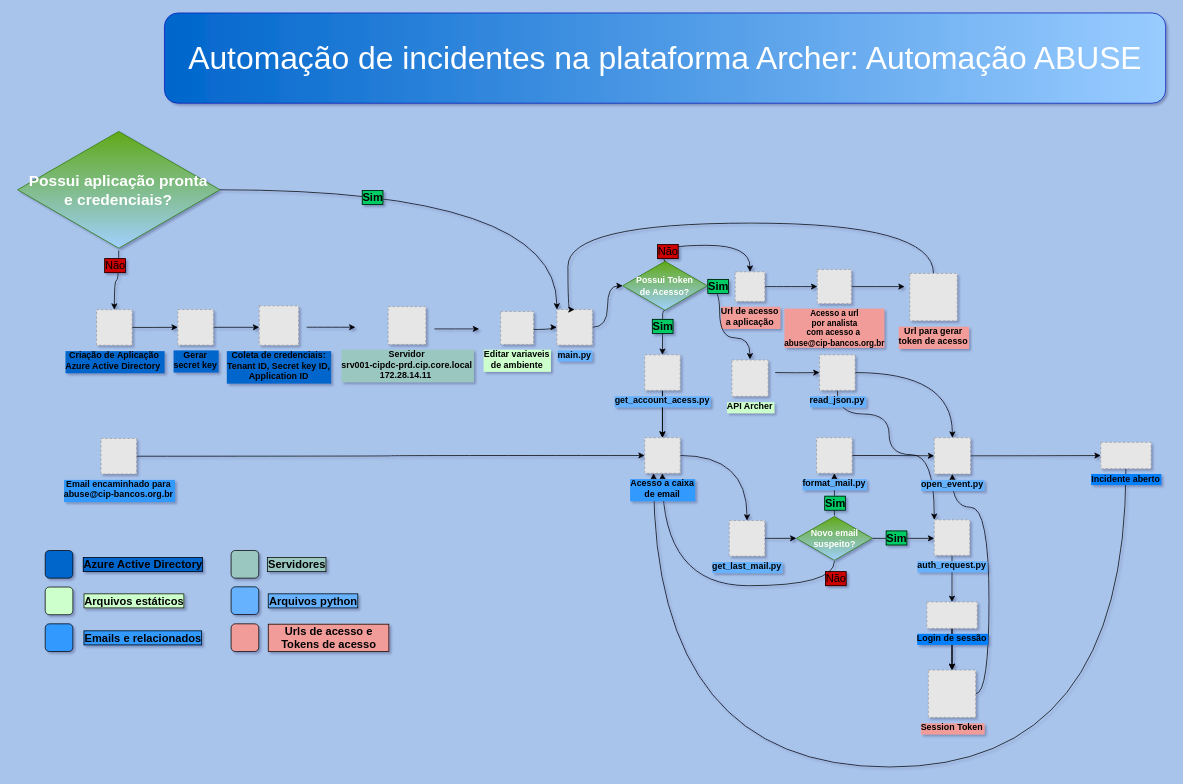
This is Untitled Diagram.drawio from Antonio-Costa00/Auto-Indicents-Creation-From-Fishing-Atacks, a draw.io file, before an edit. Source tidied: cells renumbered, new cells numbered last; positions are measured from the earlier drawing's top-left corner, leaving out a move shared by most shapes. Both pictures are drawn from the tidied source at 74%, with x=0, y=0 at pixel (17, 13). Pictures stored in the file or linked from it are replaced by grey dashed boxes.
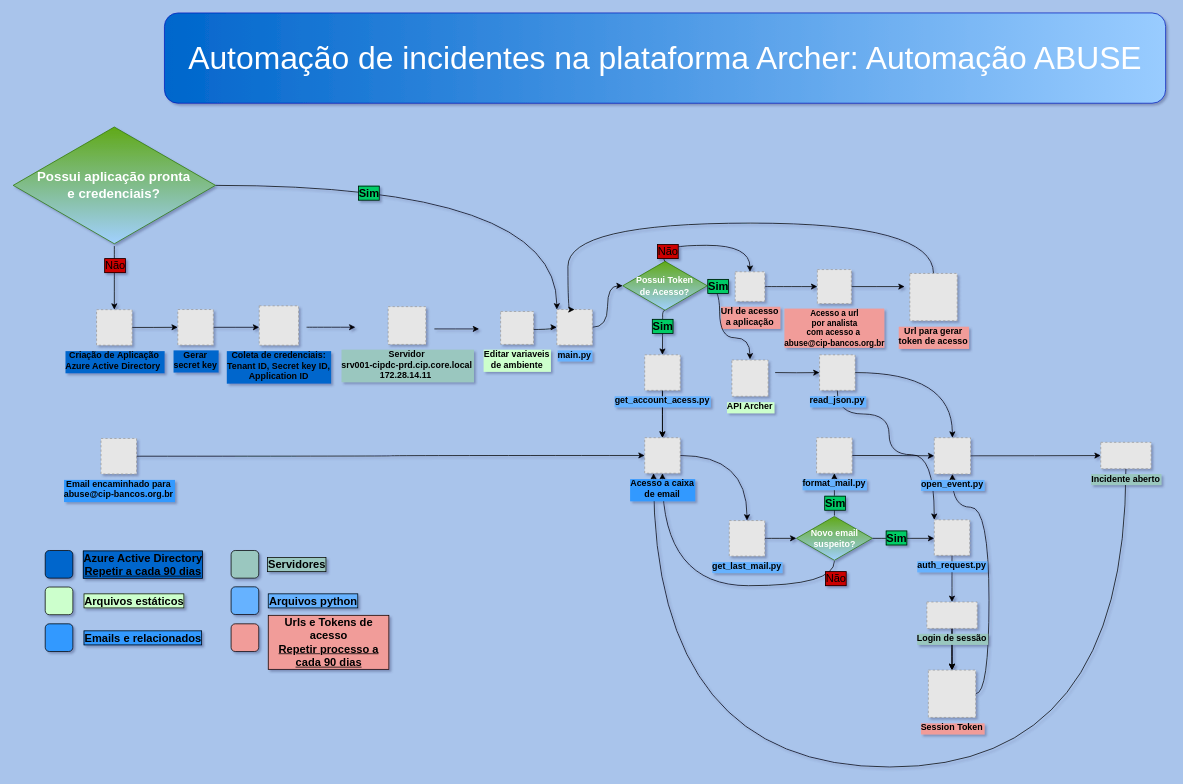
The same page after the edit.

What changed in the source:
```diff
@@
-    <mxCell id="55" value="Login de sessão" style="fillColor=#E6E6E6;strokeColor=#999999;dashed=1;verticalLabelPosition=bottom;labelBackgroundColor=#007FFF;verticalAlign=top;fontStyle=1;" parent="1" vertex="1">
+    <mxCell id="55" value="Login de sessão" style="fillColor=#E6E6E6;strokeColor=#999999;dashed=1;verticalLabelPosition=bottom;labelBackgroundColor=#9AC7BF;verticalAlign=top;fontStyle=1;" parent="1" vertex="1">
       <mxGeometry x="1229" y="796" width="68" height="35.7" as="geometry" />
     </mxCell>
@@
-    <mxCell id="62" value="Incidente aberto" style="fillColor=#E6E6E6;strokeColor=#999999;dashed=1;verticalLabelPosition=bottom;labelBackgroundColor=#007FFF;verticalAlign=top;fontStyle=1;" parent="1" vertex="1">
+    <mxCell id="62" value="Incidente aberto" style="fillColor=#E6E6E6;strokeColor=#999999;dashed=1;verticalLabelPosition=bottom;labelBackgroundColor=#9AC7BF;verticalAlign=top;fontStyle=1;" parent="1" vertex="1">
       <mxGeometry x="1464" y="580.2" width="68" height="35.7" as="geometry" />
     </mxCell>
@@
-    <mxCell id="69" value="&lt;b style=&quot;font-size: 21px;&quot;&gt;&lt;span style=&quot;&quot;&gt;Possui aplicação pronta&lt;br&gt;&lt;/span&gt;e credenciais?&lt;/b&gt;" style="html=1;whiteSpace=wrap;shape=isoRectangle;fontSize=11;rounded=1;fillColor=#60a917;fontColor=#ffffff;strokeColor=#2D7600;gradientColor=#A1D0FF;" parent="1" vertex="1">
-      <mxGeometry x="0.3" y="157" width="273.4" height="164" as="geometry" />
+    <mxCell id="69" value="&lt;b style=&quot;font-size: 18px;&quot;&gt;&lt;span style=&quot;&quot;&gt;Possui aplicação pronta&lt;br&gt;&lt;/span&gt;e credenciais?&lt;/b&gt;" style="html=1;whiteSpace=wrap;shape=isoRectangle;fontSize=11;rounded=1;fillColor=#60a917;fontColor=#ffffff;strokeColor=#2D7600;gradientColor=#A1D0FF;" parent="1" vertex="1">
+      <mxGeometry x="-5.7" y="151" width="273.4" height="164" as="geometry" />
     </mxCell>
@@
-    <mxCell id="71" value="&lt;span&gt;Azure Active Directory&lt;/span&gt;" style="text;html=1;strokeColor=none;fillColor=none;align=center;verticalAlign=middle;whiteSpace=wrap;rounded=1;labelBackgroundColor=#0066CC;labelBorderColor=default;fontSize=15;fontColor=#000000;shadow=1;glass=1;sketch=0;fontStyle=1;" parent="1" vertex="1">
+    <mxCell id="71" value="&lt;span&gt;Azure Active Directory&lt;br&gt;&lt;u&gt;Repetir a cada 90 dias&lt;/u&gt;&lt;br&gt;&lt;/span&gt;" style="text;html=1;strokeColor=none;fillColor=none;align=center;verticalAlign=middle;whiteSpace=wrap;rounded=1;labelBackgroundColor=#0066CC;labelBorderColor=default;fontSize=15;fontColor=#000000;shadow=1;glass=1;sketch=0;fontStyle=1;" parent="1" vertex="1">
       <mxGeometry x="87" y="726.4" width="165.6" height="37.1" as="geometry" />
     </mxCell>
@@
-    <mxCell id="81" value="&lt;span&gt;Urls de acesso e Tokens de acesso&lt;/span&gt;" style="text;html=1;strokeColor=none;fillColor=none;align=center;verticalAlign=middle;whiteSpace=wrap;rounded=1;labelBackgroundColor=#F19C99;labelBorderColor=default;fontSize=15;fontColor=#000000;shadow=1;glass=1;sketch=0;fontStyle=1;" parent="1" vertex="1">
-      <mxGeometry x="338.2" y="825.5" width="165.6" height="37.1" as="geometry" />
+    <mxCell id="81" value="&lt;span&gt;Urls e Tokens de acesso&lt;br&gt;&lt;u&gt;Repetir processo a cada 90 dias&lt;/u&gt;&lt;br&gt;&lt;/span&gt;" style="text;html=1;strokeColor=none;fillColor=none;align=center;verticalAlign=middle;whiteSpace=wrap;rounded=1;labelBackgroundColor=#F19C99;labelBorderColor=default;fontSize=15;fontColor=#000000;shadow=1;glass=1;sketch=0;fontStyle=1;" parent="1" vertex="1">
+      <mxGeometry x="338.2" y="831.7" width="165.6" height="37.1" as="geometry" />
     </mxCell>
```
